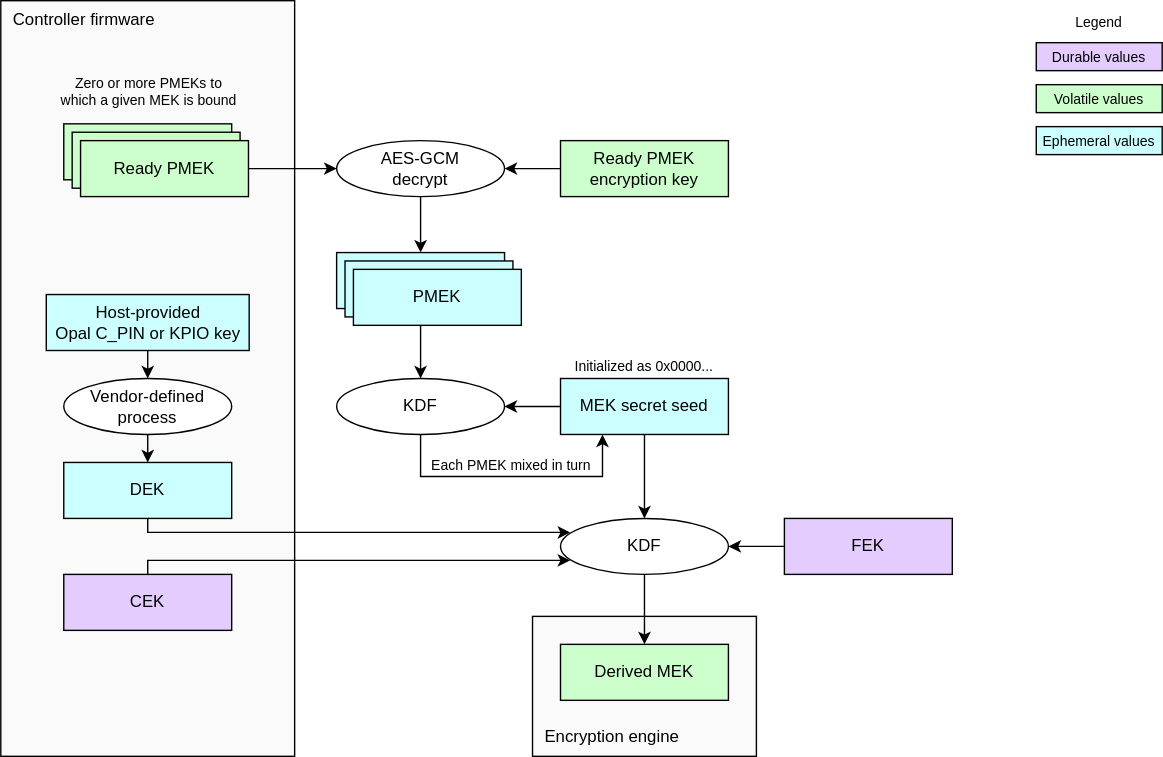
The draw.io diagram doc/ocp_lock/diagrams/mek_derivation.drawio.svg in chipsalliance/Caliptra, before a commit. Source tidied: cells renumbered, new cells last; positions are measured from the earlier drawing's top-left corner, leaving out a move shared by most shapes. The source it was exported from:
```xml
<mxGraphModel background="#ffffff">
  <root>
    <mxCell id="0" />
    <mxCell id="1" parent="0" />
    <mxCell id="2" value="Controller firmware" style="rounded=0;whiteSpace=wrap;html=1;fillColor=#FAFAFA;strokeColor=#000000;align=left;verticalAlign=top;spacingLeft=7;" parent="1" vertex="1">
      <mxGeometry width="210" height="540" as="geometry" />
    </mxCell>
    <mxCell id="3" style="edgeStyle=segmentEdgeStyle;endArrow=classic;html=1;curved=0;rounded=0;endSize=6;startSize=6;entryX=0;entryY=0.5;entryDx=0;entryDy=0;exitX=1;exitY=0.5;exitDx=0;exitDy=0;" parent="1" edge="1" source="34" target="9">
      <mxGeometry relative="1" as="geometry" />
    </mxCell>
    <mxCell id="4" value="&lt;div&gt;&lt;font color=&quot;#000000&quot;&gt;Ready PMEK&lt;/font&gt;&lt;/div&gt;" style="rounded=0;whiteSpace=wrap;html=1;align=center;verticalAlign=middle;shadow=0;glass=0;spacingLeft=0;spacingBottom=0;spacingTop=0;fillColor=#CCFFCC;" parent="1" vertex="1">
      <mxGeometry x="45" y="88" width="120" height="40" as="geometry" />
    </mxCell>
    <mxCell id="5" value="&lt;div&gt;&lt;font color=&quot;#000000&quot;&gt;FEK&lt;/font&gt;&lt;/div&gt;" style="rounded=0;whiteSpace=wrap;html=1;align=center;verticalAlign=middle;shadow=0;glass=0;spacingLeft=0;spacingBottom=0;spacingTop=0;fillColor=#E5CCFF;" parent="1" vertex="1">
      <mxGeometry x="560" y="370" width="120" height="40" as="geometry" />
    </mxCell>
    <mxCell id="6" value="&lt;div&gt;&lt;font color=&quot;#000000&quot;&gt;DEK&lt;/font&gt;&lt;/div&gt;" style="rounded=0;whiteSpace=wrap;html=1;align=center;verticalAlign=middle;shadow=0;glass=0;spacingLeft=0;spacingBottom=0;spacingTop=0;fillColor=#CCFFFF;" parent="1" vertex="1">
      <mxGeometry x="45" y="330" width="120" height="40" as="geometry" />
    </mxCell>
    <mxCell id="7" value="&lt;div&gt;&lt;font color=&quot;#000000&quot;&gt;MEK secret seed&lt;/font&gt;&lt;/div&gt;" style="rounded=0;whiteSpace=wrap;html=1;align=center;verticalAlign=middle;shadow=0;glass=0;spacingLeft=0;spacingBottom=0;spacingTop=0;fillColor=#CCFFFF;" parent="1" vertex="1">
      <mxGeometry x="400" y="270" width="120" height="40" as="geometry" />
    </mxCell>
    <mxCell id="8" value="&lt;div&gt;&lt;font color=&quot;#000000&quot;&gt;Ready PMEK encryption key&lt;/font&gt;&lt;/div&gt;" style="rounded=0;whiteSpace=wrap;html=1;align=center;verticalAlign=middle;shadow=0;glass=0;spacingLeft=0;spacingBottom=0;spacingTop=0;fillColor=#CCFFCC;" parent="1" vertex="1">
      <mxGeometry x="400" y="100" width="120" height="40" as="geometry" />
    </mxCell>
    <mxCell id="9" value="AES-GCM&lt;div&gt;decrypt&lt;/div&gt;" style="ellipse;whiteSpace=wrap;html=1;fillColor=#FFFFFF;" parent="1" vertex="1">
      <mxGeometry x="240" y="100" width="120" height="40" as="geometry" />
    </mxCell>
    <mxCell id="10" value="&lt;div&gt;&lt;font color=&quot;#000000&quot;&gt;PMEK&lt;/font&gt;&lt;/div&gt;" style="rounded=0;whiteSpace=wrap;html=1;align=center;verticalAlign=middle;shadow=0;glass=0;spacingLeft=0;spacingBottom=0;spacingTop=0;fillColor=#CCFFFF;" parent="1" vertex="1">
      <mxGeometry x="240" y="180" width="120" height="40" as="geometry" />
    </mxCell>
    <mxCell id="11" style="edgeStyle=segmentEdgeStyle;endArrow=classic;html=1;curved=0;rounded=0;endSize=6;startSize=6;exitX=0;exitY=0.5;exitDx=0;exitDy=0;entryX=1;entryY=0.5;entryDx=0;entryDy=0;" parent="1" edge="1" source="8" target="9">
      <mxGeometry relative="1" as="geometry" />
    </mxCell>
    <mxCell id="12" style="edgeStyle=none;html=1;exitX=0.5;exitY=1;exitDx=0;exitDy=0;entryX=0.5;entryY=0;entryDx=0;entryDy=0;" parent="1" edge="1" source="9" target="10">
      <mxGeometry relative="1" as="geometry" />
    </mxCell>
    <mxCell id="13" value="KDF" style="ellipse;whiteSpace=wrap;html=1;fillColor=#FFFFFF;" parent="1" vertex="1">
      <mxGeometry x="240" y="270" width="120" height="40" as="geometry" />
    </mxCell>
    <mxCell id="14" style="edgeStyle=none;html=1;exitX=0.5;exitY=1;exitDx=0;exitDy=0;entryX=0.5;entryY=0;entryDx=0;entryDy=0;" parent="1" edge="1" source="10" target="13">
      <mxGeometry relative="1" as="geometry" />
    </mxCell>
    <mxCell id="15" style="edgeStyle=none;html=1;exitX=0;exitY=0.5;exitDx=0;exitDy=0;entryX=1;entryY=0.5;entryDx=0;entryDy=0;endSize=6;startSize=6;" parent="1" edge="1" source="7" target="13">
      <mxGeometry relative="1" as="geometry" />
    </mxCell>
    <mxCell id="16" style="edgeStyle=segmentEdgeStyle;endArrow=classic;html=1;curved=0;rounded=0;endSize=6;startSize=6;exitX=0.5;exitY=1;exitDx=0;exitDy=0;entryX=0.25;entryY=1;entryDx=0;entryDy=0;" parent="1" edge="1" source="13" target="7">
      <mxGeometry relative="1" as="geometry">
        <Array as="points">
          <mxPoint x="300" y="340" />
          <mxPoint x="430" y="340" />
        </Array>
      </mxGeometry>
    </mxCell>
    <mxCell id="17" value="KDF" style="ellipse;whiteSpace=wrap;html=1;fillColor=#FFFFFF;" parent="1" vertex="1">
      <mxGeometry x="400" y="370" width="120" height="40" as="geometry" />
    </mxCell>
    <mxCell id="18" value="&lt;div&gt;&lt;font color=&quot;#000000&quot;&gt;CEK&lt;/font&gt;&lt;/div&gt;" style="rounded=0;whiteSpace=wrap;html=1;align=center;verticalAlign=middle;shadow=0;glass=0;spacingLeft=0;spacingBottom=0;spacingTop=0;fillColor=#E5CCFF;" parent="1" vertex="1">
      <mxGeometry x="45" y="410" width="120" height="40" as="geometry" />
    </mxCell>
    <mxCell id="19" style="edgeStyle=none;html=1;exitX=0.5;exitY=1;exitDx=0;exitDy=0;" parent="1" edge="1" source="7" target="17">
      <mxGeometry relative="1" as="geometry" />
    </mxCell>
    <mxCell id="20" style="edgeStyle=segmentEdgeStyle;endArrow=classic;html=1;curved=0;rounded=0;endSize=6;startSize=6;exitX=0.5;exitY=1;exitDx=0;exitDy=0;arcSize=20;entryX=0.058;entryY=0.25;entryDx=0;entryDy=0;entryPerimeter=0;" parent="1" edge="1" source="6" target="17">
      <mxGeometry relative="1" as="geometry">
        <Array as="points">
          <mxPoint x="105" y="380" />
        </Array>
      </mxGeometry>
    </mxCell>
    <mxCell id="21" style="edgeStyle=segmentEdgeStyle;endArrow=classic;html=1;curved=0;rounded=0;endSize=6;startSize=6;entryX=0.058;entryY=0.75;entryDx=0;entryDy=0;entryPerimeter=0;exitX=0.5;exitY=0;exitDx=0;exitDy=0;" parent="1" edge="1" source="18" target="17">
      <mxGeometry relative="1" as="geometry">
        <Array as="points">
          <mxPoint x="105" y="400" />
        </Array>
      </mxGeometry>
    </mxCell>
    <mxCell id="22" value="&lt;div&gt;&lt;font color=&quot;#000000&quot;&gt;Durable values&lt;/font&gt;&lt;/div&gt;" style="rounded=0;whiteSpace=wrap;html=1;align=center;verticalAlign=middle;shadow=0;glass=0;spacingLeft=0;spacingBottom=0;spacingTop=0;fillColor=#E5CCFF;fontSize=10;" parent="1" vertex="1">
      <mxGeometry x="740" y="30" width="90" height="20" as="geometry" />
    </mxCell>
    <mxCell id="23" value="&lt;div&gt;&lt;font color=&quot;#000000&quot;&gt;Volatile values&lt;/font&gt;&lt;/div&gt;" style="rounded=0;whiteSpace=wrap;html=1;align=center;verticalAlign=middle;shadow=0;glass=0;spacingLeft=0;spacingBottom=0;spacingTop=0;fillColor=#CCFFCC;fontSize=10;" parent="1" vertex="1">
      <mxGeometry x="740" y="60" width="90" height="20" as="geometry" />
    </mxCell>
    <mxCell id="24" value="Legend" style="text;strokeColor=none;align=center;fillColor=none;html=1;verticalAlign=middle;whiteSpace=wrap;rounded=0;fontSize=10;" parent="1" vertex="1">
      <mxGeometry x="755" width="60" height="30" as="geometry" />
    </mxCell>
    <mxCell id="25" value="Vendor-defined process" style="ellipse;whiteSpace=wrap;html=1;fillColor=#FFFFFF;" parent="1" vertex="1">
      <mxGeometry x="45" y="270" width="120" height="40" as="geometry" />
    </mxCell>
    <mxCell id="26" value="&lt;div&gt;&lt;font color=&quot;#000000&quot;&gt;Host-provided&lt;/font&gt;&lt;/div&gt;&lt;div&gt;&lt;font color=&quot;#000000&quot;&gt;Opal C_PIN or KPIO key&lt;/font&gt;&lt;/div&gt;" style="rounded=0;whiteSpace=wrap;html=1;align=center;verticalAlign=middle;shadow=0;glass=0;spacingLeft=0;spacingBottom=0;spacingTop=0;fillColor=#CCFFFF;" parent="1" vertex="1">
      <mxGeometry x="32.5" y="210" width="145" height="40" as="geometry" />
    </mxCell>
    <mxCell id="27" style="endArrow=classic;html=1;exitX=0.5;exitY=1;exitDx=0;exitDy=0;" parent="1" edge="1" source="26" target="25">
      <mxGeometry relative="1" as="geometry" />
    </mxCell>
    <mxCell id="28" style="endArrow=classic;html=1;exitX=0.5;exitY=1;exitDx=0;exitDy=0;" parent="1" edge="1" source="25" target="6">
      <mxGeometry relative="1" as="geometry" />
    </mxCell>
    <mxCell id="29" value="&lt;div&gt;&lt;font color=&quot;#000000&quot;&gt;Ephemeral values&lt;/font&gt;&lt;/div&gt;" style="rounded=0;whiteSpace=wrap;html=1;align=center;verticalAlign=middle;shadow=0;glass=0;spacingLeft=0;spacingBottom=0;spacingTop=0;fillColor=#CCFFFF;fontSize=10;" parent="1" vertex="1">
      <mxGeometry x="740" y="90" width="90" height="20" as="geometry" />
    </mxCell>
    <mxCell id="30" value="Encryption engine" style="rounded=0;whiteSpace=wrap;html=1;fillColor=#FAFAFA;strokeColor=#000000;align=left;verticalAlign=bottom;spacingLeft=7;spacingBottom=5;" parent="1" vertex="1">
      <mxGeometry x="380" y="440" width="160" height="100" as="geometry" />
    </mxCell>
    <mxCell id="31" value="&lt;div&gt;&lt;font color=&quot;#000000&quot;&gt;Derived MEK&lt;/font&gt;&lt;/div&gt;" style="rounded=0;whiteSpace=wrap;html=1;align=center;verticalAlign=middle;shadow=0;glass=0;spacingLeft=0;spacingBottom=0;spacingTop=0;fillColor=#CCFFCC;" parent="1" vertex="1">
      <mxGeometry x="400" y="460" width="120" height="40" as="geometry" />
    </mxCell>
    <mxCell id="32" style="edgeStyle=none;html=1;exitX=0.5;exitY=1;exitDx=0;exitDy=0;entryX=0.5;entryY=0;entryDx=0;entryDy=0;" parent="1" edge="1" source="17" target="31">
      <mxGeometry relative="1" as="geometry" />
    </mxCell>
    <mxCell id="33" value="&lt;div&gt;&lt;font color=&quot;#000000&quot;&gt;Ready PMEK&lt;/font&gt;&lt;/div&gt;" style="rounded=0;whiteSpace=wrap;html=1;align=center;verticalAlign=middle;shadow=0;glass=0;spacingLeft=0;spacingBottom=0;spacingTop=0;fillColor=#CCFFCC;" parent="1" vertex="1">
      <mxGeometry x="51" y="94" width="120" height="40" as="geometry" />
    </mxCell>
    <mxCell id="34" value="&lt;div&gt;&lt;font color=&quot;#000000&quot;&gt;Ready PMEK&lt;/font&gt;&lt;/div&gt;" style="rounded=0;whiteSpace=wrap;html=1;align=center;verticalAlign=middle;shadow=0;glass=0;spacingLeft=0;spacingBottom=0;spacingTop=0;fillColor=#CCFFCC;" parent="1" vertex="1">
      <mxGeometry x="57" y="100" width="120" height="40" as="geometry" />
    </mxCell>
    <mxCell id="35" value="&lt;div&gt;&lt;font color=&quot;#000000&quot;&gt;PMEK&lt;/font&gt;&lt;/div&gt;" style="rounded=0;whiteSpace=wrap;html=1;align=center;verticalAlign=middle;shadow=0;glass=0;spacingLeft=0;spacingBottom=0;spacingTop=0;fillColor=#CCFFFF;" parent="1" vertex="1">
      <mxGeometry x="246" y="186" width="120" height="40" as="geometry" />
    </mxCell>
    <mxCell id="36" value="&lt;div&gt;&lt;font color=&quot;#000000&quot;&gt;PMEK&lt;/font&gt;&lt;/div&gt;" style="rounded=0;whiteSpace=wrap;html=1;align=center;verticalAlign=middle;shadow=0;glass=0;spacingLeft=0;spacingBottom=0;spacingTop=0;fillColor=#CCFFFF;" parent="1" vertex="1">
      <mxGeometry x="252" y="192" width="120" height="40" as="geometry" />
    </mxCell>
    <mxCell id="37" value="Zero or more PMEKs to which a given MEK is bound" style="text;strokeColor=none;align=center;fillColor=none;html=1;verticalAlign=middle;whiteSpace=wrap;rounded=0;fontSize=10;" parent="1" vertex="1">
      <mxGeometry x="41" y="50" width="130" height="30" as="geometry" />
    </mxCell>
    <mxCell id="38" style="edgeStyle=none;html=1;exitX=0;exitY=0.5;exitDx=0;exitDy=0;entryX=1;entryY=0.5;entryDx=0;entryDy=0;endSize=6;startSize=6;" parent="1" edge="1" source="5" target="17">
      <mxGeometry relative="1" as="geometry" />
    </mxCell>
    <mxCell id="39" value="Each PMEK mixed in turn" style="text;strokeColor=none;align=center;fillColor=none;html=1;verticalAlign=middle;whiteSpace=wrap;rounded=0;fontSize=10;" parent="1" vertex="1">
      <mxGeometry x="300" y="317" width="130" height="30" as="geometry" />
    </mxCell>
    <mxCell id="40" value="Initialized as 0x0000..." style="whiteSpace=wrap;html=1;strokeColor=none;fillColor=none;fontSize=10;" parent="1" vertex="1">
      <mxGeometry x="391" y="250" width="138" height="22" as="geometry" />
    </mxCell>
  </root>
</mxGraphModel>
```
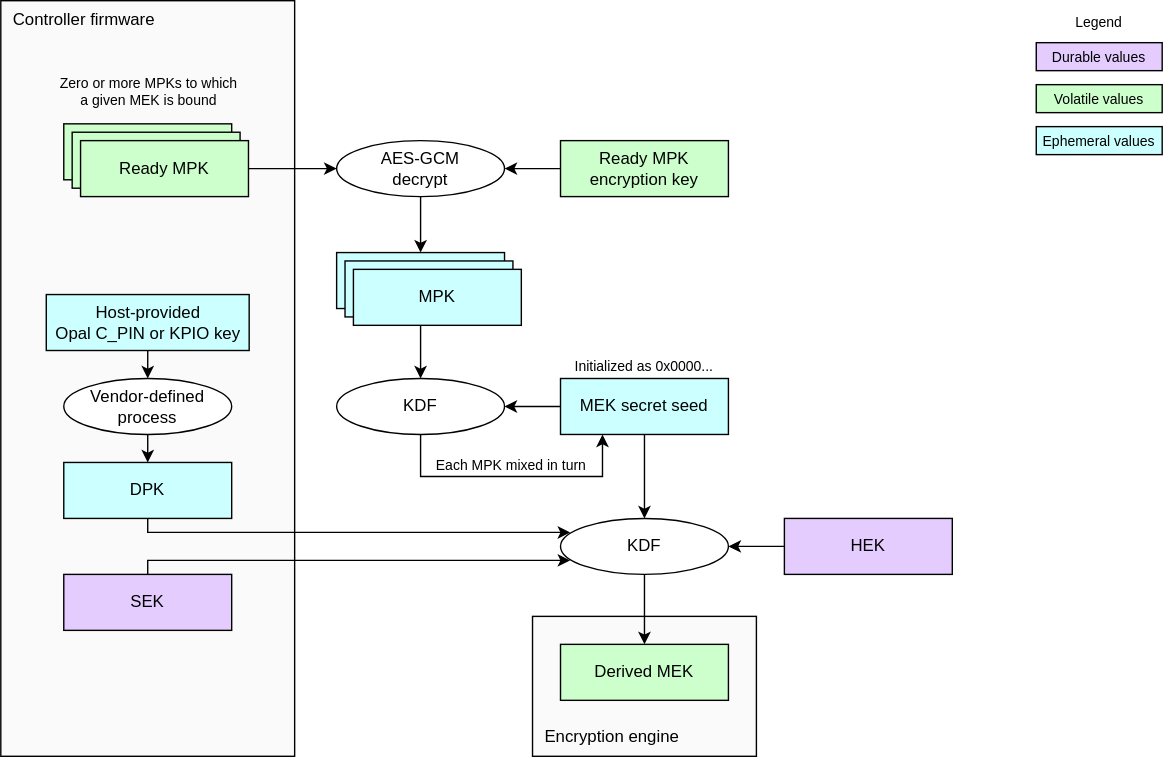
After the change.

Diff of the diagram source:
```diff
@@ -8,25 +8,25 @@
     <mxCell id="3" style="edgeStyle=segmentEdgeStyle;endArrow=classic;html=1;curved=0;rounded=0;endSize=6;startSize=6;entryX=0;entryY=0.5;entryDx=0;entryDy=0;exitX=1;exitY=0.5;exitDx=0;exitDy=0;" parent="1" edge="1" source="34" target="9">
       <mxGeometry relative="1" as="geometry" />
     </mxCell>
-    <mxCell id="4" value="&lt;div&gt;&lt;font color=&quot;#000000&quot;&gt;Ready PMEK&lt;/font&gt;&lt;/div&gt;" style="rounded=0;whiteSpace=wrap;html=1;align=center;verticalAlign=middle;shadow=0;glass=0;spacingLeft=0;spacingBottom=0;spacingTop=0;fillColor=#CCFFCC;" parent="1" vertex="1">
+    <mxCell id="4" style="rounded=0;whiteSpace=wrap;html=1;align=center;verticalAlign=middle;shadow=0;glass=0;spacingLeft=0;spacingBottom=0;spacingTop=0;fillColor=#CCFFCC;" parent="1" vertex="1">
       <mxGeometry x="45" y="88" width="120" height="40" as="geometry" />
     </mxCell>
-    <mxCell id="5" value="&lt;div&gt;&lt;font color=&quot;#000000&quot;&gt;FEK&lt;/font&gt;&lt;/div&gt;" style="rounded=0;whiteSpace=wrap;html=1;align=center;verticalAlign=middle;shadow=0;glass=0;spacingLeft=0;spacingBottom=0;spacingTop=0;fillColor=#E5CCFF;" parent="1" vertex="1">
+    <mxCell id="5" value="&lt;div&gt;&lt;font color=&quot;#000000&quot;&gt;HEK&lt;/font&gt;&lt;/div&gt;" style="rounded=0;whiteSpace=wrap;html=1;align=center;verticalAlign=middle;shadow=0;glass=0;spacingLeft=0;spacingBottom=0;spacingTop=0;fillColor=#E5CCFF;" parent="1" vertex="1">
       <mxGeometry x="560" y="370" width="120" height="40" as="geometry" />
     </mxCell>
-    <mxCell id="6" value="&lt;div&gt;&lt;font color=&quot;#000000&quot;&gt;DEK&lt;/font&gt;&lt;/div&gt;" style="rounded=0;whiteSpace=wrap;html=1;align=center;verticalAlign=middle;shadow=0;glass=0;spacingLeft=0;spacingBottom=0;spacingTop=0;fillColor=#CCFFFF;" parent="1" vertex="1">
+    <mxCell id="6" value="&lt;div&gt;&lt;font color=&quot;#000000&quot;&gt;DPK&lt;/font&gt;&lt;/div&gt;" style="rounded=0;whiteSpace=wrap;html=1;align=center;verticalAlign=middle;shadow=0;glass=0;spacingLeft=0;spacingBottom=0;spacingTop=0;fillColor=#CCFFFF;" parent="1" vertex="1">
       <mxGeometry x="45" y="330" width="120" height="40" as="geometry" />
     </mxCell>
     <mxCell id="7" value="&lt;div&gt;&lt;font color=&quot;#000000&quot;&gt;MEK secret seed&lt;/font&gt;&lt;/div&gt;" style="rounded=0;whiteSpace=wrap;html=1;align=center;verticalAlign=middle;shadow=0;glass=0;spacingLeft=0;spacingBottom=0;spacingTop=0;fillColor=#CCFFFF;" parent="1" vertex="1">
       <mxGeometry x="400" y="270" width="120" height="40" as="geometry" />
     </mxCell>
-    <mxCell id="8" value="&lt;div&gt;&lt;font color=&quot;#000000&quot;&gt;Ready PMEK encryption key&lt;/font&gt;&lt;/div&gt;" style="rounded=0;whiteSpace=wrap;html=1;align=center;verticalAlign=middle;shadow=0;glass=0;spacingLeft=0;spacingBottom=0;spacingTop=0;fillColor=#CCFFCC;" parent="1" vertex="1">
+    <mxCell id="8" value="&lt;div&gt;&lt;font color=&quot;#000000&quot;&gt;Ready MPK encryption key&lt;/font&gt;&lt;/div&gt;" style="rounded=0;whiteSpace=wrap;html=1;align=center;verticalAlign=middle;shadow=0;glass=0;spacingLeft=0;spacingBottom=0;spacingTop=0;fillColor=#CCFFCC;" parent="1" vertex="1">
       <mxGeometry x="400" y="100" width="120" height="40" as="geometry" />
     </mxCell>
     <mxCell id="9" value="AES-GCM&lt;div&gt;decrypt&lt;/div&gt;" style="ellipse;whiteSpace=wrap;html=1;fillColor=#FFFFFF;" parent="1" vertex="1">
       <mxGeometry x="240" y="100" width="120" height="40" as="geometry" />
     </mxCell>
-    <mxCell id="10" value="&lt;div&gt;&lt;font color=&quot;#000000&quot;&gt;PMEK&lt;/font&gt;&lt;/div&gt;" style="rounded=0;whiteSpace=wrap;html=1;align=center;verticalAlign=middle;shadow=0;glass=0;spacingLeft=0;spacingBottom=0;spacingTop=0;fillColor=#CCFFFF;" parent="1" vertex="1">
+    <mxCell id="10" style="rounded=0;whiteSpace=wrap;html=1;align=center;verticalAlign=middle;shadow=0;glass=0;spacingLeft=0;spacingBottom=0;spacingTop=0;fillColor=#CCFFFF;" parent="1" vertex="1">
       <mxGeometry x="240" y="180" width="120" height="40" as="geometry" />
     </mxCell>
     <mxCell id="11" style="edgeStyle=segmentEdgeStyle;endArrow=classic;html=1;curved=0;rounded=0;endSize=6;startSize=6;exitX=0;exitY=0.5;exitDx=0;exitDy=0;entryX=1;entryY=0.5;entryDx=0;entryDy=0;" parent="1" edge="1" source="8" target="9">
@@ -55,7 +55,7 @@
     <mxCell id="17" value="KDF" style="ellipse;whiteSpace=wrap;html=1;fillColor=#FFFFFF;" parent="1" vertex="1">
       <mxGeometry x="400" y="370" width="120" height="40" as="geometry" />
     </mxCell>
-    <mxCell id="18" value="&lt;div&gt;&lt;font color=&quot;#000000&quot;&gt;CEK&lt;/font&gt;&lt;/div&gt;" style="rounded=0;whiteSpace=wrap;html=1;align=center;verticalAlign=middle;shadow=0;glass=0;spacingLeft=0;spacingBottom=0;spacingTop=0;fillColor=#E5CCFF;" parent="1" vertex="1">
+    <mxCell id="18" value="&lt;div&gt;&lt;font color=&quot;#000000&quot;&gt;SEK&lt;/font&gt;&lt;/div&gt;" style="rounded=0;whiteSpace=wrap;html=1;align=center;verticalAlign=middle;shadow=0;glass=0;spacingLeft=0;spacingBottom=0;spacingTop=0;fillColor=#E5CCFF;" parent="1" vertex="1">
       <mxGeometry x="45" y="410" width="120" height="40" as="geometry" />
     </mxCell>
     <mxCell id="19" style="edgeStyle=none;html=1;exitX=0.5;exitY=1;exitDx=0;exitDy=0;" parent="1" edge="1" source="7" target="17">
@@ -108,25 +108,25 @@
     <mxCell id="32" style="edgeStyle=none;html=1;exitX=0.5;exitY=1;exitDx=0;exitDy=0;entryX=0.5;entryY=0;entryDx=0;entryDy=0;" parent="1" edge="1" source="17" target="31">
       <mxGeometry relative="1" as="geometry" />
     </mxCell>
-    <mxCell id="33" value="&lt;div&gt;&lt;font color=&quot;#000000&quot;&gt;Ready PMEK&lt;/font&gt;&lt;/div&gt;" style="rounded=0;whiteSpace=wrap;html=1;align=center;verticalAlign=middle;shadow=0;glass=0;spacingLeft=0;spacingBottom=0;spacingTop=0;fillColor=#CCFFCC;" parent="1" vertex="1">
+    <mxCell id="33" style="rounded=0;whiteSpace=wrap;html=1;align=center;verticalAlign=middle;shadow=0;glass=0;spacingLeft=0;spacingBottom=0;spacingTop=0;fillColor=#CCFFCC;" parent="1" vertex="1">
       <mxGeometry x="51" y="94" width="120" height="40" as="geometry" />
     </mxCell>
-    <mxCell id="34" value="&lt;div&gt;&lt;font color=&quot;#000000&quot;&gt;Ready PMEK&lt;/font&gt;&lt;/div&gt;" style="rounded=0;whiteSpace=wrap;html=1;align=center;verticalAlign=middle;shadow=0;glass=0;spacingLeft=0;spacingBottom=0;spacingTop=0;fillColor=#CCFFCC;" parent="1" vertex="1">
+    <mxCell id="34" value="&lt;div&gt;&lt;font color=&quot;#000000&quot;&gt;Ready MPK&lt;/font&gt;&lt;/div&gt;" style="rounded=0;whiteSpace=wrap;html=1;align=center;verticalAlign=middle;shadow=0;glass=0;spacingLeft=0;spacingBottom=0;spacingTop=0;fillColor=#CCFFCC;" parent="1" vertex="1">
       <mxGeometry x="57" y="100" width="120" height="40" as="geometry" />
     </mxCell>
-    <mxCell id="35" value="&lt;div&gt;&lt;font color=&quot;#000000&quot;&gt;PMEK&lt;/font&gt;&lt;/div&gt;" style="rounded=0;whiteSpace=wrap;html=1;align=center;verticalAlign=middle;shadow=0;glass=0;spacingLeft=0;spacingBottom=0;spacingTop=0;fillColor=#CCFFFF;" parent="1" vertex="1">
+    <mxCell id="35" style="rounded=0;whiteSpace=wrap;html=1;align=center;verticalAlign=middle;shadow=0;glass=0;spacingLeft=0;spacingBottom=0;spacingTop=0;fillColor=#CCFFFF;" parent="1" vertex="1">
       <mxGeometry x="246" y="186" width="120" height="40" as="geometry" />
     </mxCell>
-    <mxCell id="36" value="&lt;div&gt;&lt;font color=&quot;#000000&quot;&gt;PMEK&lt;/font&gt;&lt;/div&gt;" style="rounded=0;whiteSpace=wrap;html=1;align=center;verticalAlign=middle;shadow=0;glass=0;spacingLeft=0;spacingBottom=0;spacingTop=0;fillColor=#CCFFFF;" parent="1" vertex="1">
+    <mxCell id="36" value="&lt;div&gt;&lt;font color=&quot;#000000&quot;&gt;MPK&lt;/font&gt;&lt;/div&gt;" style="rounded=0;whiteSpace=wrap;html=1;align=center;verticalAlign=middle;shadow=0;glass=0;spacingLeft=0;spacingBottom=0;spacingTop=0;fillColor=#CCFFFF;" parent="1" vertex="1">
       <mxGeometry x="252" y="192" width="120" height="40" as="geometry" />
     </mxCell>
-    <mxCell id="37" value="Zero or more PMEKs to which a given MEK is bound" style="text;strokeColor=none;align=center;fillColor=none;html=1;verticalAlign=middle;whiteSpace=wrap;rounded=0;fontSize=10;" parent="1" vertex="1">
+    <mxCell id="37" value="Zero or more MPKs to which a given MEK is bound" style="text;strokeColor=none;align=center;fillColor=none;html=1;verticalAlign=middle;whiteSpace=wrap;rounded=0;fontSize=10;" parent="1" vertex="1">
       <mxGeometry x="41" y="50" width="130" height="30" as="geometry" />
     </mxCell>
     <mxCell id="38" style="edgeStyle=none;html=1;exitX=0;exitY=0.5;exitDx=0;exitDy=0;entryX=1;entryY=0.5;entryDx=0;entryDy=0;endSize=6;startSize=6;" parent="1" edge="1" source="5" target="17">
       <mxGeometry relative="1" as="geometry" />
     </mxCell>
-    <mxCell id="39" value="Each PMEK mixed in turn" style="text;strokeColor=none;align=center;fillColor=none;html=1;verticalAlign=middle;whiteSpace=wrap;rounded=0;fontSize=10;" parent="1" vertex="1">
+    <mxCell id="39" value="Each MPK mixed in turn" style="text;strokeColor=none;align=center;fillColor=none;html=1;verticalAlign=middle;whiteSpace=wrap;rounded=0;fontSize=10;" parent="1" vertex="1">
       <mxGeometry x="300" y="317" width="130" height="30" as="geometry" />
     </mxCell>
     <mxCell id="40" value="Initialized as 0x0000..." style="whiteSpace=wrap;html=1;strokeColor=none;fillColor=none;fontSize=10;" parent="1" vertex="1">
```
